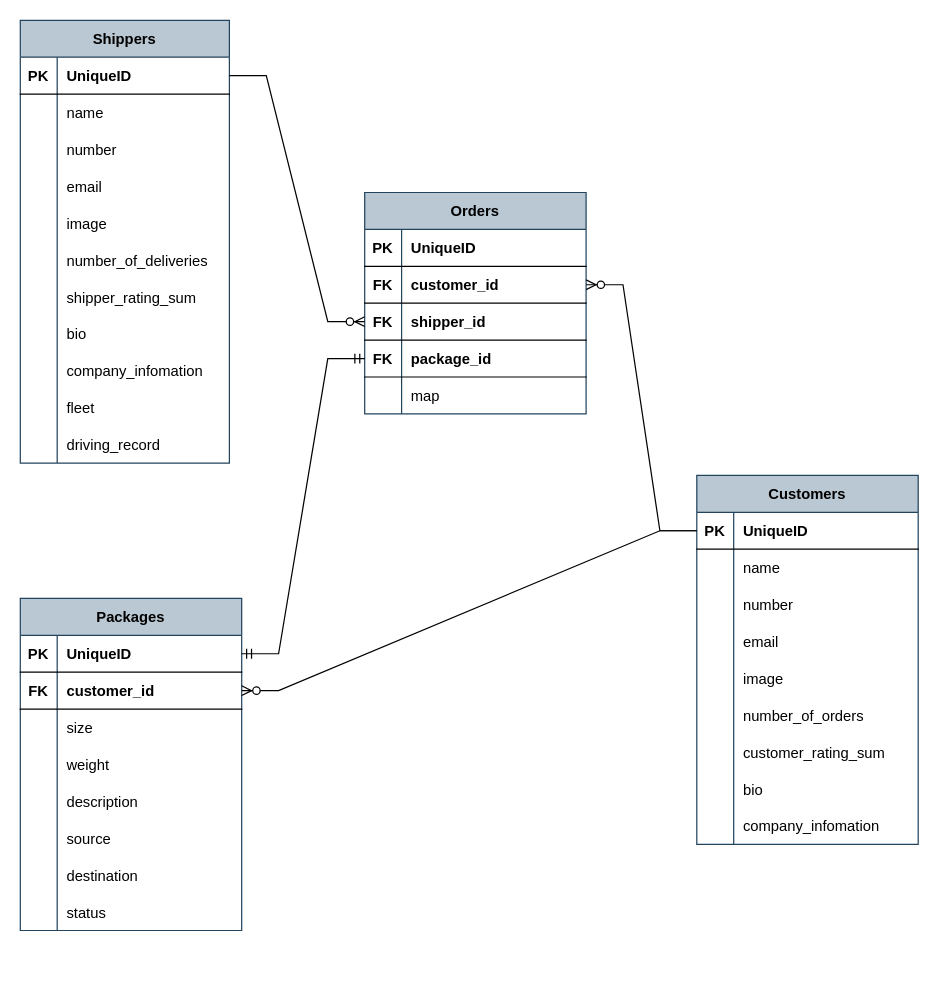
Earlier version of the draw.io diagram docs/safe2shipERD.drawio (nforne/safe2ship). Source tidied: cells renumbered, new cells numbered last; positions are measured from the earlier drawing's top-left corner, leaving out a move shared by most shapes. Both pictures are drawn from the tidied source at 123%, with x=0, y=0 at pixel (20, 20).
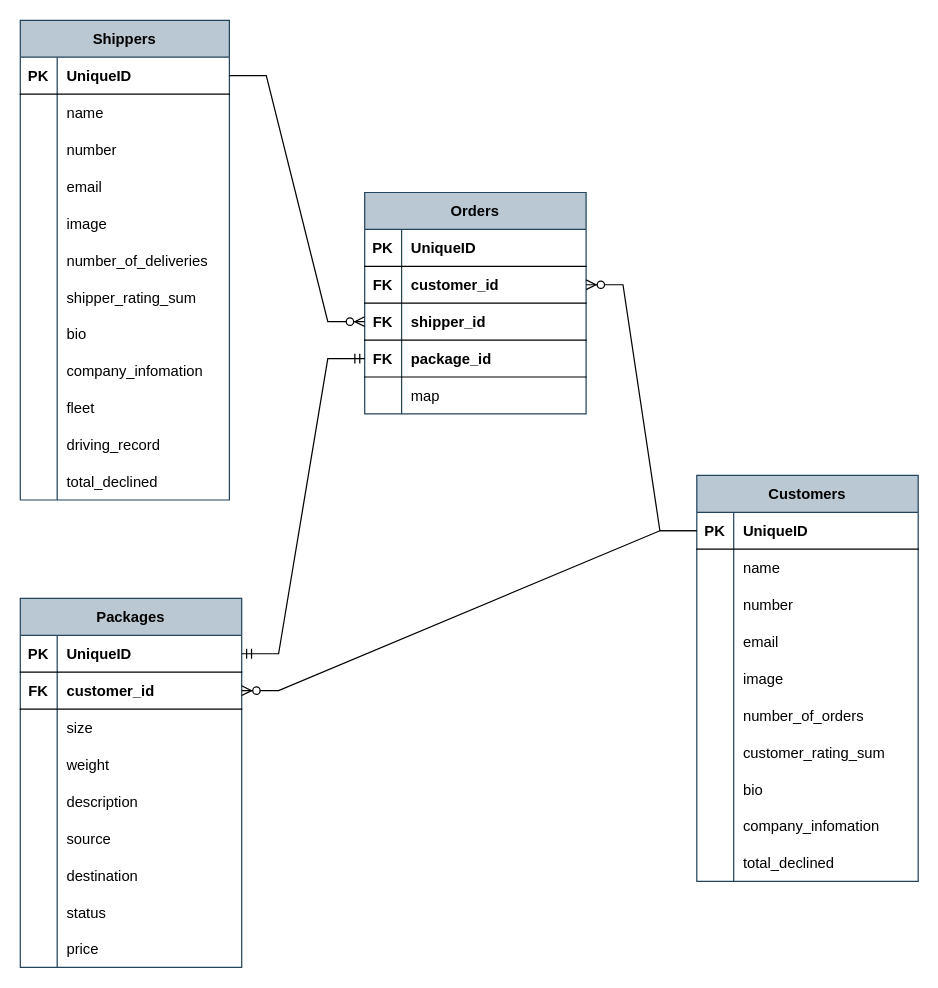
The same diagram, later.

Change to the diagram source:
```diff
@@
     <mxCell id="2" value="Shippers" style="shape=table;startSize=30;childLayout=tableLayout;rowLines=0;fontStyle=1;align=center;fillColor=#bac8d3;strokeColor=#23445d;" parent="1" vertex="1">
-      <mxGeometry width="170" height="360" as="geometry" />
+      <mxGeometry width="170" height="390" as="geometry" />
     </mxCell>
@@
+    <mxCell id="109" style="shape=partialRectangle;fillColor=none;top=0;left=0;bottom=0;right=0;" parent="2" vertex="1">
+      <mxGeometry y="360" width="170" height="30" as="geometry" />
+    </mxCell>
+    <mxCell id="110" style="shape=partialRectangle;fillColor=none;top=0;left=0;bottom=0;right=0;overflow=hidden;" parent="109" vertex="1">
+      <mxGeometry width="30" height="30" as="geometry" />
+    </mxCell>
+    <mxCell id="111" value="total_declined" style="shape=partialRectangle;fillColor=none;top=0;left=0;bottom=0;right=0;align=left;spacingLeft=6;overflow=hidden;" parent="109" vertex="1">
+      <mxGeometry x="30" width="140" height="30" as="geometry" />
+    </mxCell>
     <mxCell id="36" value="Customers" style="shape=table;startSize=30;childLayout=tableLayout;rowLines=0;fontStyle=1;align=center;fillColor=#bac8d3;strokeColor=#23445d;" parent="1" vertex="1">
-      <mxGeometry x="550" y="370" width="180" height="300" as="geometry" />
+      <mxGeometry x="550" y="370" width="180" height="330" as="geometry" />
     </mxCell>
@@
+    <mxCell id="112" style="shape=partialRectangle;fillColor=none;top=0;left=0;bottom=0;right=0;" parent="36" vertex="1">
+      <mxGeometry y="300" width="180" height="30" as="geometry" />
+    </mxCell>
+    <mxCell id="113" style="shape=partialRectangle;fillColor=none;top=0;left=0;bottom=0;right=0;overflow=hidden;" parent="112" vertex="1">
+      <mxGeometry width="30" height="30" as="geometry" />
+    </mxCell>
+    <mxCell id="114" value="total_declined" style="shape=partialRectangle;fillColor=none;top=0;left=0;bottom=0;right=0;align=left;spacingLeft=6;overflow=hidden;" parent="112" vertex="1">
+      <mxGeometry x="30" width="150" height="30" as="geometry" />
+    </mxCell>
     <mxCell id="64" value="Packages" style="shape=table;startSize=30;childLayout=tableLayout;rowLines=0;fontStyle=1;align=center;fillColor=#bac8d3;strokeColor=#23445d;" parent="1" vertex="1">
-      <mxGeometry y="470" width="180" height="270" as="geometry" />
+      <mxGeometry y="470" width="180" height="300" as="geometry" />
     </mxCell>
@@
+    <mxCell id="115" style="shape=partialRectangle;fillColor=none;top=0;left=0;bottom=0;right=0;" parent="64" vertex="1">
+      <mxGeometry y="270" width="180" height="30" as="geometry" />
+    </mxCell>
+    <mxCell id="116" style="shape=partialRectangle;fillColor=none;top=0;left=0;bottom=0;right=0;overflow=hidden;" parent="115" vertex="1">
+      <mxGeometry width="30" height="30" as="geometry" />
+    </mxCell>
+    <mxCell id="117" value="price" style="shape=partialRectangle;fillColor=none;top=0;left=0;bottom=0;right=0;align=left;spacingLeft=6;overflow=hidden;" parent="115" vertex="1">
+      <mxGeometry x="30" width="150" height="30" as="geometry" />
+    </mxCell>
```
